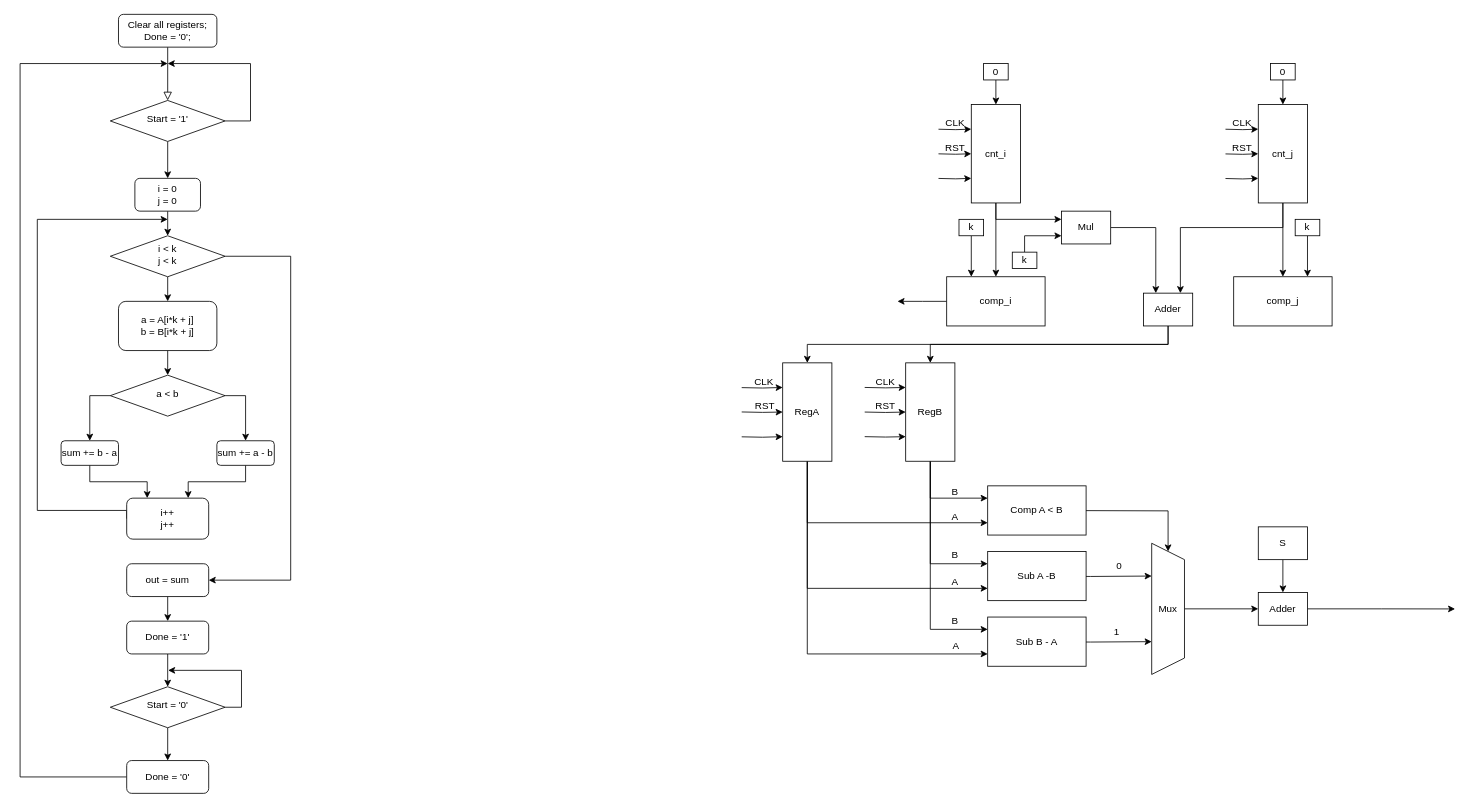
The draw.io diagram Untitled Diagram.drawio in Nsphong1178/FinalProject1, before the edit. Source tidied: cells renumbered, new cells numbered last; positions are measured from the earlier drawing's top-left corner, leaving out a move shared by most shapes. Both pictures are drawn from the tidied source at 82%, with x=0, y=0 at pixel (20, 14).
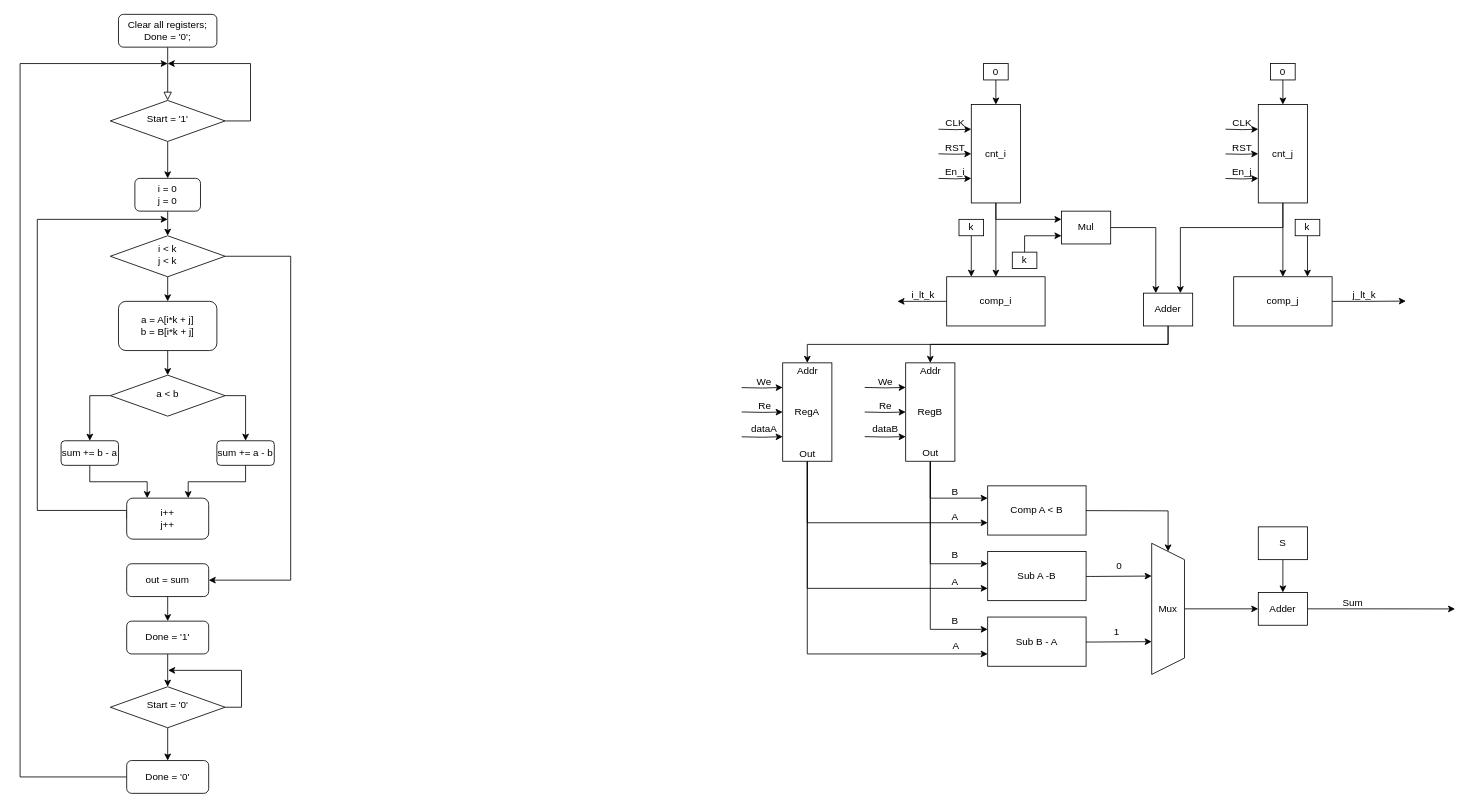
Above is the later version.

The change refers to these unchanged cells:
```xml
<mxCell id="38" value="comp_j" style="rounded=0;whiteSpace=wrap;html=1;" parent="1" vertex="1">
  <mxGeometry x="1480" y="320" width="120" height="60" as="geometry" />
</mxCell>
```

Diff of the diagram source:
```diff
@@
+    <mxCell id="104" style="edgeStyle=orthogonalEdgeStyle;rounded=0;jettySize=auto;html=1;exitX=1;exitY=0.5;exitDx=0;exitDy=0;" parent="1" edge="1" source="38">
+      <mxGeometry relative="1" as="geometry">
+        <mxPoint x="1690" y="349.7" as="targetPoint" />
+      </mxGeometry>
+    </mxCell>
@@
-    <mxCell id="92" value="CLK" style="text;html=1;align=center;verticalAlign=middle;strokeColor=none;fillColor=none;" parent="1" vertex="1">
-      <mxGeometry x="882" y="433" width="50" height="30" as="geometry" />
+    <mxCell id="92" value="We" style="text;html=1;align=center;verticalAlign=middle;strokeColor=none;fillColor=none;" parent="1" vertex="1">
+      <mxGeometry x="887" y="433" width="40" height="30" as="geometry" />
     </mxCell>
-    <mxCell id="93" value="RST" style="text;html=1;align=center;verticalAlign=middle;strokeColor=none;fillColor=none;" parent="1" vertex="1">
-      <mxGeometry x="883" y="463" width="50" height="30" as="geometry" />
+    <mxCell id="93" value="Re" style="text;html=1;align=center;verticalAlign=middle;strokeColor=none;fillColor=none;" parent="1" vertex="1">
+      <mxGeometry x="888" y="463" width="40" height="30" as="geometry" />
     </mxCell>
-    <mxCell id="94" value="CLK" style="text;html=1;align=center;verticalAlign=middle;strokeColor=none;fillColor=none;" parent="1" vertex="1">
-      <mxGeometry x="1030" y="433" width="50" height="30" as="geometry" />
+    <mxCell id="94" value="We" style="text;html=1;align=center;verticalAlign=middle;strokeColor=none;fillColor=none;" parent="1" vertex="1">
+      <mxGeometry x="1035" y="433" width="40" height="30" as="geometry" />
     </mxCell>
-    <mxCell id="95" value="RST" style="text;html=1;align=center;verticalAlign=middle;strokeColor=none;fillColor=none;" parent="1" vertex="1">
-      <mxGeometry x="1030" y="463" width="50" height="30" as="geometry" />
+    <mxCell id="95" value="Re" style="text;html=1;align=center;verticalAlign=middle;strokeColor=none;fillColor=none;" parent="1" vertex="1">
+      <mxGeometry x="1035" y="463" width="40" height="30" as="geometry" />
     </mxCell>
@@
+    <mxCell id="105" value="Sum" style="text;html=1;align=center;verticalAlign=middle;strokeColor=none;fillColor=none;" parent="1" vertex="1">
+      <mxGeometry x="1600" y="703" width="50" height="30" as="geometry" />
+    </mxCell>
+    <mxCell id="106" value="dataA" style="text;html=1;align=center;verticalAlign=middle;strokeColor=none;fillColor=none;" parent="1" vertex="1">
+      <mxGeometry x="882" y="491" width="50" height="30" as="geometry" />
+    </mxCell>
+    <mxCell id="107" value="dataB" style="text;html=1;align=center;verticalAlign=middle;strokeColor=none;fillColor=none;" parent="1" vertex="1">
+      <mxGeometry x="1030" y="491" width="50" height="30" as="geometry" />
+    </mxCell>
+    <mxCell id="108" value="En_i" style="text;html=1;align=center;verticalAlign=middle;strokeColor=none;fillColor=none;" parent="1" vertex="1">
+      <mxGeometry x="1115" y="178" width="50" height="30" as="geometry" />
+    </mxCell>
+    <mxCell id="109" value="En_j" style="text;html=1;align=center;verticalAlign=middle;strokeColor=none;fillColor=none;" parent="1" vertex="1">
+      <mxGeometry x="1465" y="178" width="50" height="30" as="geometry" />
+    </mxCell>
+    <mxCell id="110" value="i_lt_k" style="text;html=1;align=center;verticalAlign=middle;strokeColor=none;fillColor=none;" parent="1" vertex="1">
+      <mxGeometry x="1076" y="327" width="50" height="30" as="geometry" />
+    </mxCell>
+    <mxCell id="111" value="j_lt_k" style="text;html=1;align=center;verticalAlign=middle;strokeColor=none;fillColor=none;" parent="1" vertex="1">
+      <mxGeometry x="1614" y="327" width="50" height="30" as="geometry" />
+    </mxCell>
+    <mxCell id="112" value="Addr" style="text;html=1;align=center;verticalAlign=middle;strokeColor=none;fillColor=none;" parent="1" vertex="1">
+      <mxGeometry x="935" y="420" width="50" height="30" as="geometry" />
+    </mxCell>
+    <mxCell id="113" value="Addr" style="text;html=1;align=center;verticalAlign=middle;strokeColor=none;fillColor=none;" parent="1" vertex="1">
+      <mxGeometry x="1085" y="420" width="50" height="30" as="geometry" />
+    </mxCell>
+    <mxCell id="114" value="Out" style="text;html=1;align=center;verticalAlign=middle;strokeColor=none;fillColor=none;" parent="1" vertex="1">
+      <mxGeometry x="940" y="521" width="40" height="30" as="geometry" />
+    </mxCell>
+    <mxCell id="115" value="Out" style="text;html=1;align=center;verticalAlign=middle;strokeColor=none;fillColor=none;" parent="1" vertex="1">
+      <mxGeometry x="1090" y="520" width="40" height="30" as="geometry" />
+    </mxCell>
```
